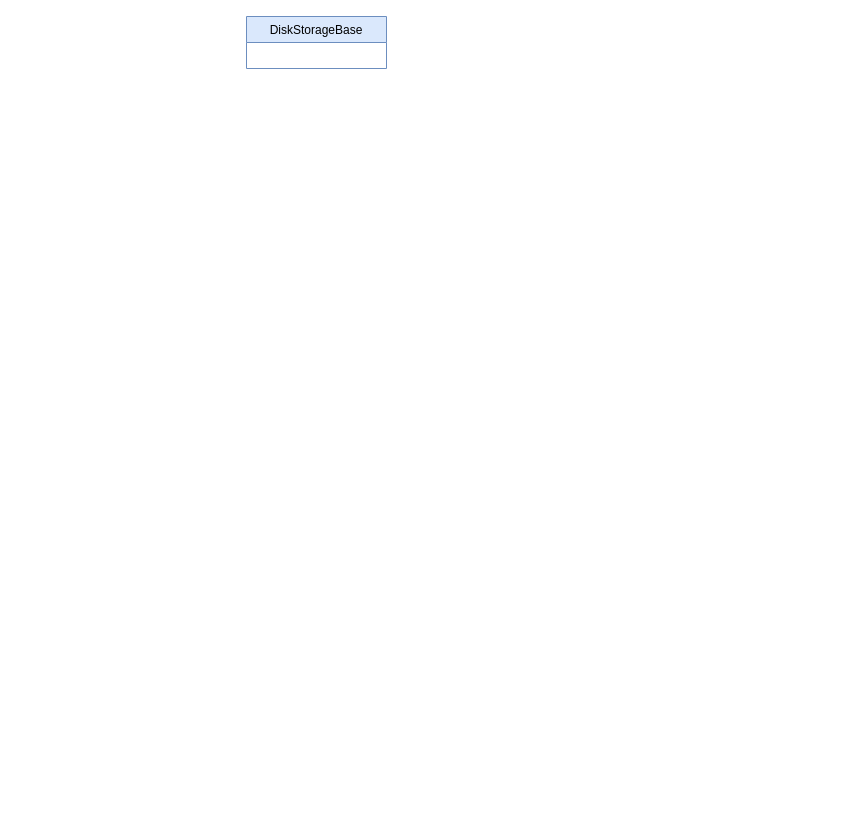
This is Assets/Scripts/_Packages/DiskStorageServices/_docs/diagrams_drawio/DiskStorageServices.drawio from programmatoroSeduto/SaR4HoloLens2, a draw.io file, before an edit. Source tidied: cells renumbered, new cells numbered last; positions are measured from the earlier drawing's top-left corner, leaving out a move shared by most shapes. Both pictures are drawn from the tidied source at 100%, with x=0, y=0 at pixel (246, 16).
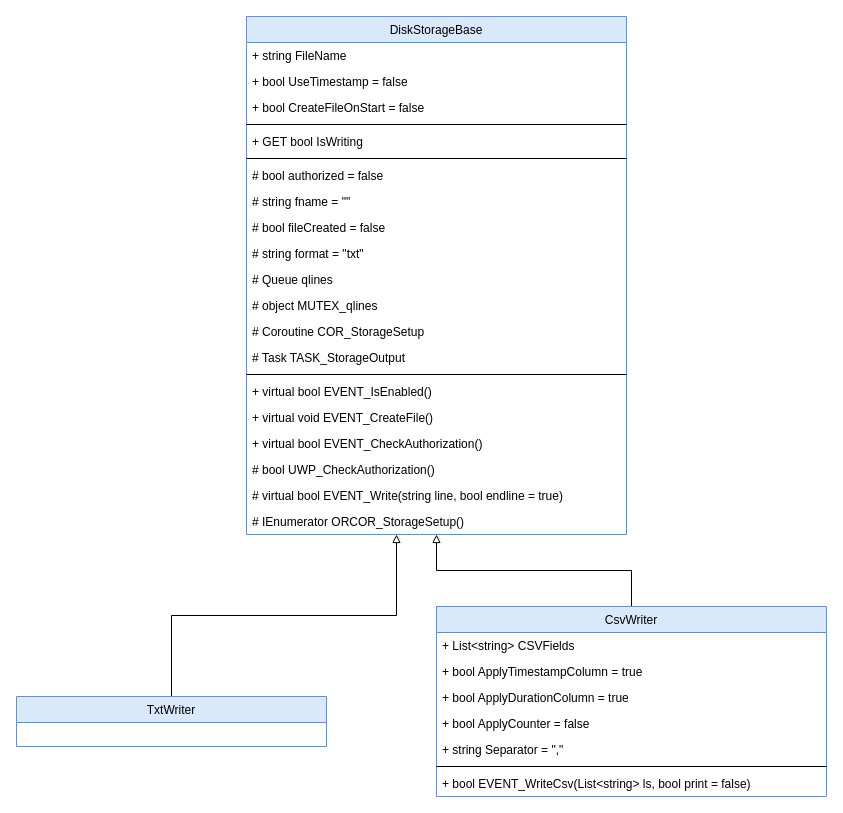
Above is the later version.

Diff of the diagram source:
```diff
@@
     <mxCell id="2" value="DiskStorageBase" style="swimlane;fontStyle=0;horizontal=1;startSize=26;fillColor=#dae8fc;strokeColor=#6c8ebf;" parent="1" vertex="1">
-      <mxGeometry width="140" height="52" as="geometry" />
+      <mxGeometry width="380" height="518" as="geometry" />
     </mxCell>
+    <mxCell id="3" value="+ string FileName" style="text;strokeColor=none;fillColor=none;align=left;verticalAlign=top;spacingLeft=4;spacingRight=4;overflow=hidden;" parent="2" vertex="1">
+      <mxGeometry y="26" width="380" height="26" as="geometry" />
+    </mxCell>
+    <mxCell id="4" value="+ bool UseTimestamp = false" style="text;strokeColor=none;fillColor=none;align=left;verticalAlign=top;spacingLeft=4;spacingRight=4;overflow=hidden;" parent="2" vertex="1">
+      <mxGeometry y="52" width="380" height="26" as="geometry" />
+    </mxCell>
+    <mxCell id="5" value="+ bool CreateFileOnStart = false" style="text;strokeColor=none;fillColor=none;align=left;verticalAlign=top;spacingLeft=4;spacingRight=4;overflow=hidden;" parent="2" vertex="1">
+      <mxGeometry y="78" width="380" height="26" as="geometry" />
+    </mxCell>
+    <mxCell id="6" style="line;strokeWidth=1;fillColor=none;align=left;verticalAlign=middle;spacingTop=-1;spacingLeft=3;spacingRight=3;labelPosition=right;" parent="2" vertex="1">
+      <mxGeometry y="104" width="380" height="8" as="geometry" />
+    </mxCell>
+    <mxCell id="7" value="+ GET bool IsWriting" style="text;strokeColor=none;fillColor=none;align=left;verticalAlign=top;spacingLeft=4;spacingRight=4;overflow=hidden;" parent="2" vertex="1">
+      <mxGeometry y="112" width="380" height="26" as="geometry" />
+    </mxCell>
+    <mxCell id="8" style="line;strokeWidth=1;fillColor=none;align=left;verticalAlign=middle;spacingTop=-1;spacingLeft=3;spacingRight=3;labelPosition=right;" parent="2" vertex="1">
+      <mxGeometry y="138" width="380" height="8" as="geometry" />
+    </mxCell>
+    <mxCell id="9" value="# bool authorized = false" style="text;strokeColor=none;fillColor=none;align=left;verticalAlign=top;spacingLeft=4;spacingRight=4;overflow=hidden;" parent="2" vertex="1">
+      <mxGeometry y="146" width="380" height="26" as="geometry" />
+    </mxCell>
+    <mxCell id="10" value="# string fname = &quot;&quot;" style="text;strokeColor=none;fillColor=none;align=left;verticalAlign=top;spacingLeft=4;spacingRight=4;overflow=hidden;" parent="2" vertex="1">
+      <mxGeometry y="172" width="380" height="26" as="geometry" />
+    </mxCell>
+    <mxCell id="11" value="# bool fileCreated = false" style="text;strokeColor=none;fillColor=none;align=left;verticalAlign=top;spacingLeft=4;spacingRight=4;overflow=hidden;" parent="2" vertex="1">
+      <mxGeometry y="198" width="380" height="26" as="geometry" />
+    </mxCell>
+    <mxCell id="12" value="# string format = &quot;txt&quot;" style="text;strokeColor=none;fillColor=none;align=left;verticalAlign=top;spacingLeft=4;spacingRight=4;overflow=hidden;" parent="2" vertex="1">
+      <mxGeometry y="224" width="380" height="26" as="geometry" />
+    </mxCell>
+    <mxCell id="13" value="# Queue qlines" style="text;strokeColor=none;fillColor=none;align=left;verticalAlign=top;spacingLeft=4;spacingRight=4;overflow=hidden;" parent="2" vertex="1">
+      <mxGeometry y="250" width="380" height="26" as="geometry" />
+    </mxCell>
+    <mxCell id="14" value="# object MUTEX_qlines" style="text;strokeColor=none;fillColor=none;align=left;verticalAlign=top;spacingLeft=4;spacingRight=4;overflow=hidden;" parent="2" vertex="1">
+      <mxGeometry y="276" width="380" height="26" as="geometry" />
+    </mxCell>
+    <mxCell id="15" value="# Coroutine COR_StorageSetup" style="text;strokeColor=none;fillColor=none;align=left;verticalAlign=top;spacingLeft=4;spacingRight=4;overflow=hidden;" parent="2" vertex="1">
+      <mxGeometry y="302" width="380" height="26" as="geometry" />
+    </mxCell>
+    <mxCell id="16" value="# Task TASK_StorageOutput" style="text;strokeColor=none;fillColor=none;align=left;verticalAlign=top;spacingLeft=4;spacingRight=4;overflow=hidden;" parent="2" vertex="1">
+      <mxGeometry y="328" width="380" height="26" as="geometry" />
+    </mxCell>
+    <mxCell id="17" style="line;strokeWidth=1;fillColor=none;align=left;verticalAlign=middle;spacingTop=-1;spacingLeft=3;spacingRight=3;labelPosition=right;" parent="2" vertex="1">
+      <mxGeometry y="354" width="380" height="8" as="geometry" />
+    </mxCell>
+    <mxCell id="18" value="+ virtual bool EVENT_IsEnabled()" style="text;strokeColor=none;fillColor=none;align=left;verticalAlign=top;spacingLeft=4;spacingRight=4;overflow=hidden;" parent="2" vertex="1">
+      <mxGeometry y="362" width="380" height="26" as="geometry" />
+    </mxCell>
+    <mxCell id="19" value="+ virtual void EVENT_CreateFile()" style="text;strokeColor=none;fillColor=none;align=left;verticalAlign=top;spacingLeft=4;spacingRight=4;overflow=hidden;" parent="2" vertex="1">
+      <mxGeometry y="388" width="380" height="26" as="geometry" />
+    </mxCell>
+    <mxCell id="20" value="+ virtual bool EVENT_CheckAuthorization()" style="text;strokeColor=none;fillColor=none;align=left;verticalAlign=top;spacingLeft=4;spacingRight=4;overflow=hidden;" parent="2" vertex="1">
+      <mxGeometry y="414" width="380" height="26" as="geometry" />
+    </mxCell>
+    <mxCell id="21" value="# bool UWP_CheckAuthorization()" style="text;strokeColor=none;fillColor=none;align=left;verticalAlign=top;spacingLeft=4;spacingRight=4;overflow=hidden;" parent="2" vertex="1">
+      <mxGeometry y="440" width="380" height="26" as="geometry" />
+    </mxCell>
+    <mxCell id="22" value="# virtual bool EVENT_Write(string line, bool endline = true)" style="text;strokeColor=none;fillColor=none;align=left;verticalAlign=top;spacingLeft=4;spacingRight=4;overflow=hidden;" parent="2" vertex="1">
+      <mxGeometry y="466" width="380" height="26" as="geometry" />
+    </mxCell>
+    <mxCell id="23" value="# IEnumerator ORCOR_StorageSetup()" style="text;strokeColor=none;fillColor=none;align=left;verticalAlign=top;spacingLeft=4;spacingRight=4;overflow=hidden;" parent="2" vertex="1">
+      <mxGeometry y="492" width="380" height="26" as="geometry" />
+    </mxCell>
+    <mxCell id="24" style="edgeStyle=orthogonalEdgeStyle;rounded=0;jettySize=auto;html=1;strokeColor=default;endArrow=block;endFill=0;" parent="1" edge="1" source="25" target="2">
+      <mxGeometry relative="1" as="geometry">
+        <Array as="points">
+          <mxPoint x="-75" y="599" />
+          <mxPoint x="150" y="599" />
+        </Array>
+      </mxGeometry>
+    </mxCell>
+    <mxCell id="25" value="TxtWriter" style="swimlane;fontStyle=0;horizontal=1;startSize=26;fillColor=#dae8fc;strokeColor=#6c8ebf;" parent="1" vertex="1">
+      <mxGeometry x="-230" y="680" width="310" height="50" as="geometry" />
+    </mxCell>
+    <mxCell id="26" style="edgeStyle=orthogonalEdgeStyle;rounded=0;jettySize=auto;html=1;endArrow=block;endFill=0;strokeColor=default;" parent="1" edge="1" source="27" target="2">
+      <mxGeometry relative="1" as="geometry" />
+    </mxCell>
+    <mxCell id="27" value="CsvWriter" style="swimlane;fontStyle=0;horizontal=1;startSize=26;fillColor=#dae8fc;strokeColor=#6c8ebf;" parent="1" vertex="1">
+      <mxGeometry x="190" y="590" width="390" height="190" as="geometry" />
+    </mxCell>
+    <mxCell id="28" value="+ List&lt;string&gt; CSVFields" style="text;strokeColor=none;fillColor=none;align=left;verticalAlign=top;spacingLeft=4;spacingRight=4;overflow=hidden;" parent="27" vertex="1">
+      <mxGeometry y="26" width="390" height="26" as="geometry" />
+    </mxCell>
+    <mxCell id="29" value="+ bool ApplyTimestampColumn = true" style="text;strokeColor=none;fillColor=none;align=left;verticalAlign=top;spacingLeft=4;spacingRight=4;overflow=hidden;" parent="27" vertex="1">
+      <mxGeometry y="52" width="390" height="26" as="geometry" />
+    </mxCell>
+    <mxCell id="30" value="+ bool ApplyDurationColumn = true" style="text;strokeColor=none;fillColor=none;align=left;verticalAlign=top;spacingLeft=4;spacingRight=4;overflow=hidden;" parent="27" vertex="1">
+      <mxGeometry y="78" width="390" height="26" as="geometry" />
+    </mxCell>
+    <mxCell id="31" value="+ bool ApplyCounter = false" style="text;strokeColor=none;fillColor=none;align=left;verticalAlign=top;spacingLeft=4;spacingRight=4;overflow=hidden;" parent="27" vertex="1">
+      <mxGeometry y="104" width="390" height="26" as="geometry" />
+    </mxCell>
+    <mxCell id="32" value="+ string Separator = &quot;,&quot;" style="text;strokeColor=none;fillColor=none;align=left;verticalAlign=top;spacingLeft=4;spacingRight=4;overflow=hidden;" parent="27" vertex="1">
+      <mxGeometry y="130" width="390" height="26" as="geometry" />
+    </mxCell>
+    <mxCell id="33" style="line;strokeWidth=1;fillColor=none;align=left;verticalAlign=middle;spacingTop=-1;spacingLeft=3;spacingRight=3;labelPosition=right;" parent="27" vertex="1">
+      <mxGeometry y="156" width="390" height="8" as="geometry" />
+    </mxCell>
+    <mxCell id="34" value="+ bool EVENT_WriteCsv(List&lt;string&gt; ls, bool print = false)" style="text;strokeColor=none;fillColor=none;align=left;verticalAlign=top;spacingLeft=4;spacingRight=4;overflow=hidden;" parent="27" vertex="1">
+      <mxGeometry y="164" width="390" height="26" as="geometry" />
+    </mxCell>
```
